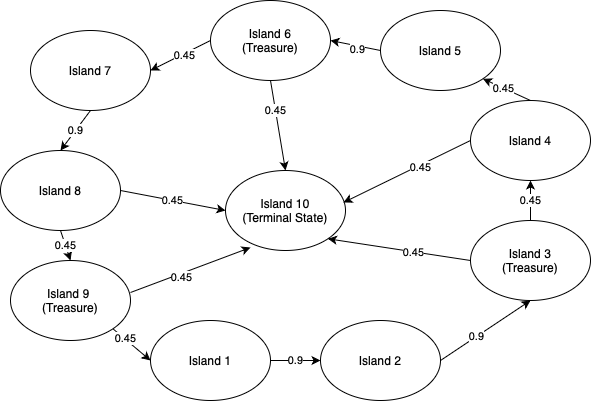
The draw.io diagram Assignment2/MDPDiagram.drawio.png in nmtussing/CSCI-397D, before a commit. Source tidied: cells renumbered, new cells last; positions are measured from the earlier drawing's top-left corner, leaving out a move shared by most shapes. The source it was exported from:
```xml
<mxGraphModel>
  <root>
    <mxCell id="0" />
    <mxCell id="1" parent="0" />
    <mxCell id="2" value="Island 7" style="ellipse;whiteSpace=wrap;html=1;" parent="1" vertex="1">
      <mxGeometry x="30" y="30" width="120" height="80" as="geometry" />
    </mxCell>
    <mxCell id="3" value="Island 10&lt;br&gt;(Terminal State)" style="ellipse;whiteSpace=wrap;html=1;" parent="1" vertex="1">
      <mxGeometry x="225" y="170" width="120" height="80" as="geometry" />
    </mxCell>
    <mxCell id="4" value="Island 2" style="ellipse;whiteSpace=wrap;html=1;" parent="1" vertex="1">
      <mxGeometry x="320" y="320" width="120" height="80" as="geometry" />
    </mxCell>
    <mxCell id="5" value="Island 6&lt;br&gt;(Treasure)" style="ellipse;whiteSpace=wrap;html=1;" parent="1" vertex="1">
      <mxGeometry x="210" width="120" height="80" as="geometry" />
    </mxCell>
    <mxCell id="6" value="Island 5" style="ellipse;whiteSpace=wrap;html=1;" parent="1" vertex="1">
      <mxGeometry x="380" y="10" width="120" height="80" as="geometry" />
    </mxCell>
    <mxCell id="7" value="Island 4" style="ellipse;whiteSpace=wrap;html=1;" parent="1" vertex="1">
      <mxGeometry x="470" y="100" width="120" height="80" as="geometry" />
    </mxCell>
    <mxCell id="8" value="Island 3&lt;br&gt;(Treasure)" style="ellipse;whiteSpace=wrap;html=1;" parent="1" vertex="1">
      <mxGeometry x="470" y="220" width="120" height="80" as="geometry" />
    </mxCell>
    <mxCell id="9" value="Island 1" style="ellipse;whiteSpace=wrap;html=1;" parent="1" vertex="1">
      <mxGeometry x="150" y="320" width="120" height="80" as="geometry" />
    </mxCell>
    <mxCell id="10" value="Island 9&amp;nbsp;&lt;br&gt;(Treasure)" style="ellipse;whiteSpace=wrap;html=1;" parent="1" vertex="1">
      <mxGeometry x="10" y="260" width="120" height="80" as="geometry" />
    </mxCell>
    <mxCell id="11" value="Island 8" style="ellipse;whiteSpace=wrap;html=1;" parent="1" vertex="1">
      <mxGeometry y="150" width="120" height="80" as="geometry" />
    </mxCell>
    <mxCell id="12" style="endArrow=classic;html=1;rounded=0;entryX=0.5;entryY=1;entryDx=0;entryDy=0;exitX=1;exitY=0.5;exitDx=0;exitDy=0;" parent="1" edge="1" source="4" target="8">
      <mxGeometry relative="1" as="geometry" />
    </mxCell>
    <mxCell id="13" value="0.9" style="edgeLabel;html=1;align=center;verticalAlign=middle;" parent="12" vertex="1">
      <mxGeometry x="-0.21" y="1" relative="1" as="geometry" />
    </mxCell>
    <mxCell id="14" value="0.45" style="endArrow=classic;html=1;rounded=0;entryX=0.5;entryY=1;entryDx=0;entryDy=0;" parent="1" edge="1" source="8" target="7">
      <mxGeometry relative="1" as="geometry" />
    </mxCell>
    <mxCell id="15" style="endArrow=classic;html=1;rounded=0;entryX=1;entryY=1;entryDx=0;entryDy=0;exitX=0.5;exitY=0;exitDx=0;exitDy=0;" parent="1" edge="1" source="7" target="6">
      <mxGeometry relative="1" as="geometry" />
    </mxCell>
    <mxCell id="16" value="0.45" style="edgeLabel;html=1;align=center;verticalAlign=middle;" parent="15" vertex="1">
      <mxGeometry x="0.13" relative="1" as="geometry" />
    </mxCell>
    <mxCell id="17" style="endArrow=classic;html=1;rounded=0;entryX=1;entryY=0.5;entryDx=0;entryDy=0;exitX=0;exitY=0.5;exitDx=0;exitDy=0;" parent="1" edge="1" source="6" target="5">
      <mxGeometry relative="1" as="geometry" />
    </mxCell>
    <mxCell id="18" value="0.9" style="edgeLabel;html=1;align=center;verticalAlign=middle;" parent="17" vertex="1">
      <mxGeometry x="-0.1" y="3" relative="1" as="geometry" />
    </mxCell>
    <mxCell id="19" style="endArrow=classic;html=1;rounded=0;entryX=1;entryY=0.5;entryDx=0;entryDy=0;exitX=0;exitY=0.5;exitDx=0;exitDy=0;" parent="1" edge="1" source="5" target="2">
      <mxGeometry relative="1" as="geometry" />
    </mxCell>
    <mxCell id="20" value="0.45" style="edgeLabel;html=1;align=center;verticalAlign=middle;" parent="19" vertex="1">
      <mxGeometry x="-0.09" relative="1" as="geometry">
        <mxPoint y="1" as="offset" />
      </mxGeometry>
    </mxCell>
    <mxCell id="21" value="0.9" style="endArrow=classic;html=1;rounded=0;entryX=0.5;entryY=0;entryDx=0;entryDy=0;exitX=0.5;exitY=1;exitDx=0;exitDy=0;" parent="1" edge="1" source="2" target="11">
      <mxGeometry relative="1" as="geometry" />
    </mxCell>
    <mxCell id="22" value="0.45" style="endArrow=classic;html=1;rounded=0;entryX=0.5;entryY=0;entryDx=0;entryDy=0;exitX=0.5;exitY=1;exitDx=0;exitDy=0;" parent="1" edge="1" source="11" target="10">
      <mxGeometry relative="1" as="geometry" />
    </mxCell>
    <mxCell id="23" style="endArrow=classic;html=1;rounded=0;entryX=0;entryY=0.5;entryDx=0;entryDy=0;exitX=1;exitY=1;exitDx=0;exitDy=0;" parent="1" edge="1" source="10" target="9">
      <mxGeometry relative="1" as="geometry" />
    </mxCell>
    <mxCell id="24" value="0.45" style="edgeLabel;html=1;align=center;verticalAlign=middle;" parent="23" vertex="1">
      <mxGeometry x="-0.38" y="1" relative="1" as="geometry" />
    </mxCell>
    <mxCell id="25" value="0.9" style="endArrow=classic;html=1;rounded=0;entryX=0;entryY=0.5;entryDx=0;entryDy=0;exitX=1;exitY=0.5;exitDx=0;exitDy=0;" parent="1" edge="1" source="9" target="4">
      <mxGeometry relative="1" as="geometry" />
    </mxCell>
    <mxCell id="26" style="endArrow=classic;html=1;rounded=0;exitX=0;exitY=0.5;exitDx=0;exitDy=0;entryX=0.983;entryY=0.4;entryDx=0;entryDy=0;entryPerimeter=0;" parent="1" edge="1" source="7" target="3">
      <mxGeometry relative="1" as="geometry" />
    </mxCell>
    <mxCell id="27" value="0.45" style="edgeLabel;html=1;align=center;verticalAlign=middle;" parent="26" vertex="1">
      <mxGeometry x="-0.2" y="2" relative="1" as="geometry" />
    </mxCell>
    <mxCell id="28" style="endArrow=classic;html=1;rounded=0;entryX=0.5;entryY=0;entryDx=0;entryDy=0;exitX=0.5;exitY=1;exitDx=0;exitDy=0;" parent="1" edge="1" source="5" target="3">
      <mxGeometry relative="1" as="geometry" />
    </mxCell>
    <mxCell id="29" value="0.45" style="edgeLabel;html=1;align=center;verticalAlign=middle;" parent="28" vertex="1">
      <mxGeometry x="-0.33" relative="1" as="geometry" />
    </mxCell>
    <mxCell id="30" style="endArrow=classic;html=1;rounded=0;exitX=1;exitY=0.4;exitDx=0;exitDy=0;exitPerimeter=0;entryX=0.208;entryY=0.963;entryDx=0;entryDy=0;entryPerimeter=0;" parent="1" edge="1" source="10" target="3">
      <mxGeometry relative="1" as="geometry" />
    </mxCell>
    <mxCell id="31" value="0.45" style="edgeLabel;html=1;align=center;verticalAlign=middle;" parent="30" vertex="1">
      <mxGeometry x="-0.17" y="-3" relative="1" as="geometry" />
    </mxCell>
    <mxCell id="32" style="endArrow=classic;html=1;rounded=0;exitX=0;exitY=0.5;exitDx=0;exitDy=0;entryX=1;entryY=1;entryDx=0;entryDy=0;" parent="1" edge="1" source="8" target="3">
      <mxGeometry relative="1" as="geometry" />
    </mxCell>
    <mxCell id="33" value="0.45" style="edgeLabel;html=1;align=center;verticalAlign=middle;" parent="32" vertex="1">
      <mxGeometry x="-0.2" relative="1" as="geometry" />
    </mxCell>
    <mxCell id="34" value="0.45" style="endArrow=classic;html=1;rounded=0;exitX=1;exitY=0.5;exitDx=0;exitDy=0;entryX=0;entryY=0.5;entryDx=0;entryDy=0;" parent="1" edge="1" source="11" target="3">
      <mxGeometry relative="1" as="geometry" />
    </mxCell>
  </root>
</mxGraphModel>
```
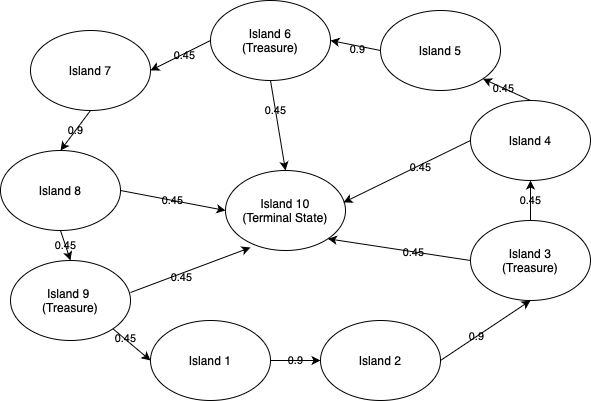
The same file after the commit.

Commit message:
Uploading better diagram

What changed in the source:
```diff
@@ -1,106 +1,106 @@
-<mxGraphModel>
+<mxGraphModel background="#FFFFFF">
   <root>
     <mxCell id="0" />
     <mxCell id="1" parent="0" />
-    <mxCell id="2" value="Island 7" style="ellipse;whiteSpace=wrap;html=1;" parent="1" vertex="1">
+    <mxCell id="2" value="Island 7" style="ellipse;whiteSpace=wrap;html=1;labelBackgroundColor=none;rounded=1;" parent="1" vertex="1">
       <mxGeometry x="30" y="30" width="120" height="80" as="geometry" />
     </mxCell>
-    <mxCell id="3" value="Island 10&lt;br&gt;(Terminal State)" style="ellipse;whiteSpace=wrap;html=1;" parent="1" vertex="1">
+    <mxCell id="3" value="Island 10&lt;br&gt;(Terminal State)" style="ellipse;whiteSpace=wrap;html=1;labelBackgroundColor=none;rounded=1;" parent="1" vertex="1">
       <mxGeometry x="225" y="170" width="120" height="80" as="geometry" />
     </mxCell>
-    <mxCell id="4" value="Island 2" style="ellipse;whiteSpace=wrap;html=1;" parent="1" vertex="1">
+    <mxCell id="4" value="Island 2" style="ellipse;whiteSpace=wrap;html=1;labelBackgroundColor=none;rounded=1;" parent="1" vertex="1">
       <mxGeometry x="320" y="320" width="120" height="80" as="geometry" />
     </mxCell>
-    <mxCell id="5" value="Island 6&lt;br&gt;(Treasure)" style="ellipse;whiteSpace=wrap;html=1;" parent="1" vertex="1">
+    <mxCell id="5" value="Island 6&lt;br&gt;(Treasure)" style="ellipse;whiteSpace=wrap;html=1;labelBackgroundColor=none;rounded=1;" parent="1" vertex="1">
       <mxGeometry x="210" width="120" height="80" as="geometry" />
     </mxCell>
-    <mxCell id="6" value="Island 5" style="ellipse;whiteSpace=wrap;html=1;" parent="1" vertex="1">
+    <mxCell id="6" value="Island 5" style="ellipse;whiteSpace=wrap;html=1;labelBackgroundColor=none;rounded=1;" parent="1" vertex="1">
       <mxGeometry x="380" y="10" width="120" height="80" as="geometry" />
     </mxCell>
-    <mxCell id="7" value="Island 4" style="ellipse;whiteSpace=wrap;html=1;" parent="1" vertex="1">
+    <mxCell id="7" value="Island 4" style="ellipse;whiteSpace=wrap;html=1;labelBackgroundColor=none;rounded=1;" parent="1" vertex="1">
       <mxGeometry x="470" y="100" width="120" height="80" as="geometry" />
     </mxCell>
-    <mxCell id="8" value="Island 3&lt;br&gt;(Treasure)" style="ellipse;whiteSpace=wrap;html=1;" parent="1" vertex="1">
+    <mxCell id="8" value="Island 3&lt;br&gt;(Treasure)" style="ellipse;whiteSpace=wrap;html=1;labelBackgroundColor=none;rounded=1;" parent="1" vertex="1">
       <mxGeometry x="470" y="220" width="120" height="80" as="geometry" />
     </mxCell>
-    <mxCell id="9" value="Island 1" style="ellipse;whiteSpace=wrap;html=1;" parent="1" vertex="1">
+    <mxCell id="9" value="Island 1" style="ellipse;whiteSpace=wrap;html=1;labelBackgroundColor=none;rounded=1;" parent="1" vertex="1">
       <mxGeometry x="150" y="320" width="120" height="80" as="geometry" />
     </mxCell>
-    <mxCell id="10" value="Island 9&amp;nbsp;&lt;br&gt;(Treasure)" style="ellipse;whiteSpace=wrap;html=1;" parent="1" vertex="1">
+    <mxCell id="10" value="Island 9&amp;nbsp;&lt;br&gt;(Treasure)" style="ellipse;whiteSpace=wrap;html=1;labelBackgroundColor=none;rounded=1;" parent="1" vertex="1">
       <mxGeometry x="10" y="260" width="120" height="80" as="geometry" />
     </mxCell>
-    <mxCell id="11" value="Island 8" style="ellipse;whiteSpace=wrap;html=1;" parent="1" vertex="1">
+    <mxCell id="11" value="Island 8" style="ellipse;whiteSpace=wrap;html=1;labelBackgroundColor=none;rounded=1;" parent="1" vertex="1">
       <mxGeometry y="150" width="120" height="80" as="geometry" />
     </mxCell>
-    <mxCell id="12" style="endArrow=classic;html=1;rounded=0;entryX=0.5;entryY=1;entryDx=0;entryDy=0;exitX=1;exitY=0.5;exitDx=0;exitDy=0;" parent="1" edge="1" source="4" target="8">
+    <mxCell id="12" style="endArrow=classic;html=1;rounded=1;entryX=0.5;entryY=1;entryDx=0;entryDy=0;exitX=1;exitY=0.5;exitDx=0;exitDy=0;labelBackgroundColor=none;fontColor=default;" parent="1" edge="1" source="4" target="8">
       <mxGeometry relative="1" as="geometry" />
     </mxCell>
-    <mxCell id="13" value="0.9" style="edgeLabel;html=1;align=center;verticalAlign=middle;" parent="12" vertex="1">
+    <mxCell id="13" value="0.9" style="edgeLabel;html=1;align=center;verticalAlign=middle;labelBackgroundColor=none;rounded=1;" parent="12" vertex="1">
       <mxGeometry x="-0.21" y="1" relative="1" as="geometry" />
     </mxCell>
-    <mxCell id="14" value="0.45" style="endArrow=classic;html=1;rounded=0;entryX=0.5;entryY=1;entryDx=0;entryDy=0;" parent="1" edge="1" source="8" target="7">
+    <mxCell id="14" value="0.45" style="endArrow=classic;html=1;rounded=1;entryX=0.5;entryY=1;entryDx=0;entryDy=0;labelBackgroundColor=none;fontColor=default;" parent="1" edge="1" source="8" target="7">
       <mxGeometry relative="1" as="geometry" />
     </mxCell>
-    <mxCell id="15" style="endArrow=classic;html=1;rounded=0;entryX=1;entryY=1;entryDx=0;entryDy=0;exitX=0.5;exitY=0;exitDx=0;exitDy=0;" parent="1" edge="1" source="7" target="6">
+    <mxCell id="15" style="endArrow=classic;html=1;rounded=1;entryX=1;entryY=1;entryDx=0;entryDy=0;exitX=0.5;exitY=0;exitDx=0;exitDy=0;labelBackgroundColor=none;fontColor=default;" parent="1" edge="1" source="7" target="6">
       <mxGeometry relative="1" as="geometry" />
     </mxCell>
-    <mxCell id="16" value="0.45" style="edgeLabel;html=1;align=center;verticalAlign=middle;" parent="15" vertex="1">
+    <mxCell id="16" value="0.45" style="edgeLabel;html=1;align=center;verticalAlign=middle;labelBackgroundColor=none;rounded=1;" parent="15" vertex="1">
       <mxGeometry x="0.13" relative="1" as="geometry" />
     </mxCell>
-    <mxCell id="17" style="endArrow=classic;html=1;rounded=0;entryX=1;entryY=0.5;entryDx=0;entryDy=0;exitX=0;exitY=0.5;exitDx=0;exitDy=0;" parent="1" edge="1" source="6" target="5">
+    <mxCell id="17" style="endArrow=classic;html=1;rounded=1;entryX=1;entryY=0.5;entryDx=0;entryDy=0;exitX=0;exitY=0.5;exitDx=0;exitDy=0;labelBackgroundColor=none;fontColor=default;" parent="1" edge="1" source="6" target="5">
       <mxGeometry relative="1" as="geometry" />
     </mxCell>
-    <mxCell id="18" value="0.9" style="edgeLabel;html=1;align=center;verticalAlign=middle;" parent="17" vertex="1">
+    <mxCell id="18" value="0.9" style="edgeLabel;html=1;align=center;verticalAlign=middle;labelBackgroundColor=none;rounded=1;" parent="17" vertex="1">
       <mxGeometry x="-0.1" y="3" relative="1" as="geometry" />
     </mxCell>
-    <mxCell id="19" style="endArrow=classic;html=1;rounded=0;entryX=1;entryY=0.5;entryDx=0;entryDy=0;exitX=0;exitY=0.5;exitDx=0;exitDy=0;" parent="1" edge="1" source="5" target="2">
+    <mxCell id="19" style="endArrow=classic;html=1;rounded=1;entryX=1;entryY=0.5;entryDx=0;entryDy=0;exitX=0;exitY=0.5;exitDx=0;exitDy=0;labelBackgroundColor=none;fontColor=default;" parent="1" edge="1" source="5" target="2">
       <mxGeometry relative="1" as="geometry" />
     </mxCell>
-    <mxCell id="20" value="0.45" style="edgeLabel;html=1;align=center;verticalAlign=middle;" parent="19" vertex="1">
+    <mxCell id="20" value="0.45" style="edgeLabel;html=1;align=center;verticalAlign=middle;labelBackgroundColor=none;rounded=1;" parent="19" vertex="1">
       <mxGeometry x="-0.09" relative="1" as="geometry">
         <mxPoint y="1" as="offset" />
       </mxGeometry>
     </mxCell>
-    <mxCell id="21" value="0.9" style="endArrow=classic;html=1;rounded=0;entryX=0.5;entryY=0;entryDx=0;entryDy=0;exitX=0.5;exitY=1;exitDx=0;exitDy=0;" parent="1" edge="1" source="2" target="11">
+    <mxCell id="21" value="0.9" style="endArrow=classic;html=1;rounded=1;entryX=0.5;entryY=0;entryDx=0;entryDy=0;exitX=0.5;exitY=1;exitDx=0;exitDy=0;labelBackgroundColor=none;fontColor=default;" parent="1" edge="1" source="2" target="11">
       <mxGeometry relative="1" as="geometry" />
     </mxCell>
-    <mxCell id="22" value="0.45" style="endArrow=classic;html=1;rounded=0;entryX=0.5;entryY=0;entryDx=0;entryDy=0;exitX=0.5;exitY=1;exitDx=0;exitDy=0;" parent="1" edge="1" source="11" target="10">
+    <mxCell id="22" value="0.45" style="endArrow=classic;html=1;rounded=1;entryX=0.5;entryY=0;entryDx=0;entryDy=0;exitX=0.5;exitY=1;exitDx=0;exitDy=0;labelBackgroundColor=none;fontColor=default;" parent="1" edge="1" source="11" target="10">
       <mxGeometry relative="1" as="geometry" />
     </mxCell>
-    <mxCell id="23" style="endArrow=classic;html=1;rounded=0;entryX=0;entryY=0.5;entryDx=0;entryDy=0;exitX=1;exitY=1;exitDx=0;exitDy=0;" parent="1" edge="1" source="10" target="9">
+    <mxCell id="23" style="endArrow=classic;html=1;rounded=1;entryX=0;entryY=0.5;entryDx=0;entryDy=0;exitX=1;exitY=1;exitDx=0;exitDy=0;labelBackgroundColor=none;fontColor=default;" parent="1" edge="1" source="10" target="9">
       <mxGeometry relative="1" as="geometry" />
     </mxCell>
-    <mxCell id="24" value="0.45" style="edgeLabel;html=1;align=center;verticalAlign=middle;" parent="23" vertex="1">
+    <mxCell id="24" value="0.45" style="edgeLabel;html=1;align=center;verticalAlign=middle;labelBackgroundColor=none;rounded=1;" parent="23" vertex="1">
       <mxGeometry x="-0.38" y="1" relative="1" as="geometry" />
     </mxCell>
-    <mxCell id="25" value="0.9" style="endArrow=classic;html=1;rounded=0;entryX=0;entryY=0.5;entryDx=0;entryDy=0;exitX=1;exitY=0.5;exitDx=0;exitDy=0;" parent="1" edge="1" source="9" target="4">
+    <mxCell id="25" value="0.9" style="endArrow=classic;html=1;rounded=1;entryX=0;entryY=0.5;entryDx=0;entryDy=0;exitX=1;exitY=0.5;exitDx=0;exitDy=0;labelBackgroundColor=none;fontColor=default;" parent="1" edge="1" source="9" target="4">
       <mxGeometry relative="1" as="geometry" />
     </mxCell>
-    <mxCell id="26" style="endArrow=classic;html=1;rounded=0;exitX=0;exitY=0.5;exitDx=0;exitDy=0;entryX=0.983;entryY=0.4;entryDx=0;entryDy=0;entryPerimeter=0;" parent="1" edge="1" source="7" target="3">
+    <mxCell id="26" style="endArrow=classic;html=1;rounded=1;exitX=0;exitY=0.5;exitDx=0;exitDy=0;entryX=0.983;entryY=0.4;entryDx=0;entryDy=0;entryPerimeter=0;labelBackgroundColor=none;fontColor=default;" parent="1" edge="1" source="7" target="3">
       <mxGeometry relative="1" as="geometry" />
     </mxCell>
-    <mxCell id="27" value="0.45" style="edgeLabel;html=1;align=center;verticalAlign=middle;" parent="26" vertex="1">
+    <mxCell id="27" value="0.45" style="edgeLabel;html=1;align=center;verticalAlign=middle;labelBackgroundColor=none;rounded=1;" parent="26" vertex="1">
       <mxGeometry x="-0.2" y="2" relative="1" as="geometry" />
     </mxCell>
-    <mxCell id="28" style="endArrow=classic;html=1;rounded=0;entryX=0.5;entryY=0;entryDx=0;entryDy=0;exitX=0.5;exitY=1;exitDx=0;exitDy=0;" parent="1" edge="1" source="5" target="3">
+    <mxCell id="28" style="endArrow=classic;html=1;rounded=1;entryX=0.5;entryY=0;entryDx=0;entryDy=0;exitX=0.5;exitY=1;exitDx=0;exitDy=0;labelBackgroundColor=none;fontColor=default;" parent="1" edge="1" source="5" target="3">
       <mxGeometry relative="1" as="geometry" />
     </mxCell>
-    <mxCell id="29" value="0.45" style="edgeLabel;html=1;align=center;verticalAlign=middle;" parent="28" vertex="1">
+    <mxCell id="29" value="0.45" style="edgeLabel;html=1;align=center;verticalAlign=middle;labelBackgroundColor=none;rounded=1;" parent="28" vertex="1">
       <mxGeometry x="-0.33" relative="1" as="geometry" />
     </mxCell>
-    <mxCell id="30" style="endArrow=classic;html=1;rounded=0;exitX=1;exitY=0.4;exitDx=0;exitDy=0;exitPerimeter=0;entryX=0.208;entryY=0.963;entryDx=0;entryDy=0;entryPerimeter=0;" parent="1" edge="1" source="10" target="3">
+    <mxCell id="30" style="endArrow=classic;html=1;rounded=1;exitX=1;exitY=0.4;exitDx=0;exitDy=0;exitPerimeter=0;entryX=0.208;entryY=0.963;entryDx=0;entryDy=0;entryPerimeter=0;labelBackgroundColor=none;fontColor=default;" parent="1" edge="1" source="10" target="3">
       <mxGeometry relative="1" as="geometry" />
     </mxCell>
-    <mxCell id="31" value="0.45" style="edgeLabel;html=1;align=center;verticalAlign=middle;" parent="30" vertex="1">
+    <mxCell id="31" value="0.45" style="edgeLabel;html=1;align=center;verticalAlign=middle;labelBackgroundColor=none;rounded=1;" parent="30" vertex="1">
       <mxGeometry x="-0.17" y="-3" relative="1" as="geometry" />
     </mxCell>
-    <mxCell id="32" style="endArrow=classic;html=1;rounded=0;exitX=0;exitY=0.5;exitDx=0;exitDy=0;entryX=1;entryY=1;entryDx=0;entryDy=0;" parent="1" edge="1" source="8" target="3">
+    <mxCell id="32" style="endArrow=classic;html=1;rounded=1;exitX=0;exitY=0.5;exitDx=0;exitDy=0;entryX=1;entryY=1;entryDx=0;entryDy=0;labelBackgroundColor=none;fontColor=default;" parent="1" edge="1" source="8" target="3">
       <mxGeometry relative="1" as="geometry" />
     </mxCell>
-    <mxCell id="33" value="0.45" style="edgeLabel;html=1;align=center;verticalAlign=middle;" parent="32" vertex="1">
+    <mxCell id="33" value="0.45" style="edgeLabel;html=1;align=center;verticalAlign=middle;labelBackgroundColor=none;rounded=1;" parent="32" vertex="1">
       <mxGeometry x="-0.2" relative="1" as="geometry" />
     </mxCell>
-    <mxCell id="34" value="0.45" style="endArrow=classic;html=1;rounded=0;exitX=1;exitY=0.5;exitDx=0;exitDy=0;entryX=0;entryY=0.5;entryDx=0;entryDy=0;" parent="1" edge="1" source="11" target="3">
+    <mxCell id="34" value="0.45" style="endArrow=classic;html=1;rounded=1;exitX=1;exitY=0.5;exitDx=0;exitDy=0;entryX=0;entryY=0.5;entryDx=0;entryDy=0;labelBackgroundColor=none;fontColor=default;" parent="1" edge="1" source="11" target="3">
       <mxGeometry relative="1" as="geometry" />
     </mxCell>
   </root>
```
